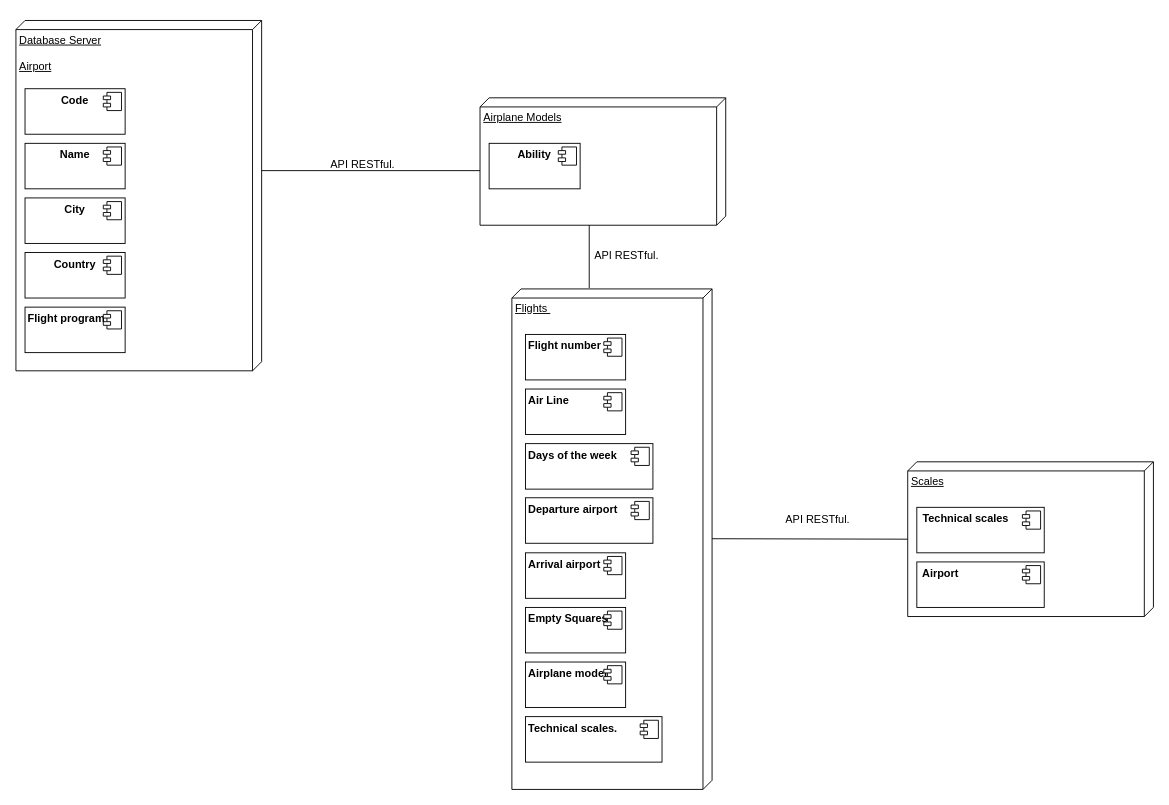
Above: page "Página-7" (7 of 7) of UML.drawio in BROC95/JJB_sw (draw.io), before the change. Source tidied: cells renumbered, new cells numbered last; positions are measured from the earlier drawing's top-left corner, leaving out a move shared by most shapes. Both pictures are drawn from the tidied source at 91%, with x=0, y=0 at pixel (15, 20).
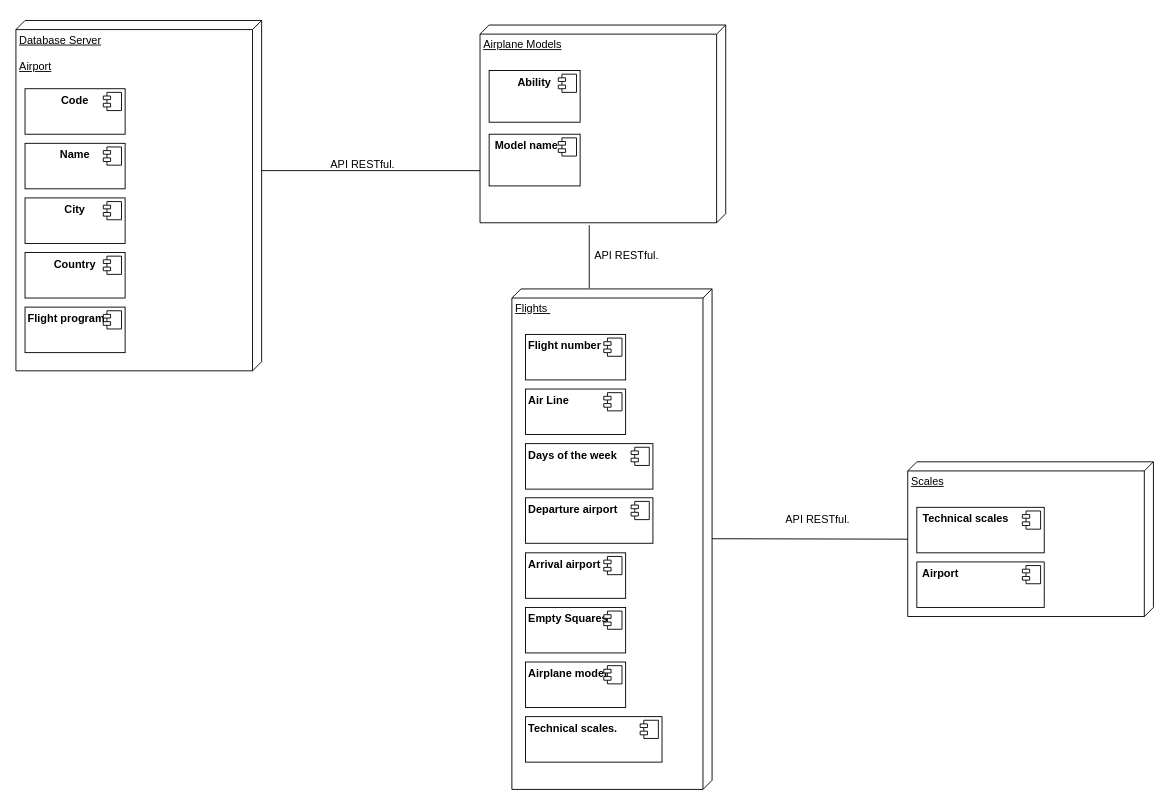
The same page after the edit.

The edit, as a diff of the source:
```diff
@@
     <mxCell id="14" style="group;" parent="1" vertex="1">
-      <mxGeometry x="510" y="25" width="270" height="220" as="geometry" />
+      <mxGeometry x="510" y="-5" width="270" height="250" as="geometry" />
     </mxCell>
     <mxCell id="15" value="&lt;div&gt;&lt;span style=&quot;background-color: initial;&quot;&gt;Airplane Models&lt;/span&gt;&lt;br&gt;&lt;/div&gt;" style="verticalAlign=top;align=left;spacingTop=8;spacingLeft=2;spacingRight=12;shape=cube;size=10;direction=south;fontStyle=4;html=1;whiteSpace=wrap;" parent="14" vertex="1">
-      <mxGeometry y="60" width="270" height="140" as="geometry" />
+      <mxGeometry y="10" width="270" height="217.3" as="geometry" />
     </mxCell>
     <mxCell id="16" value="&lt;p style=&quot;margin:0px;margin-top:6px;text-align:center;&quot;&gt;&lt;b&gt;Ability&lt;/b&gt;&lt;/p&gt;" style="align=left;overflow=fill;html=1;whiteSpace=wrap;" parent="14" vertex="1">
-      <mxGeometry x="10" y="110" width="100" height="50" as="geometry" />
+      <mxGeometry x="10" y="60" width="100" height="56.8" as="geometry" />
     </mxCell>
@@
+    <mxCell id="46" value="&lt;p style=&quot;margin: 6px 0px 0px;&quot;&gt;&lt;b&gt;&amp;nbsp; Model name&lt;/b&gt;&lt;br&gt;&lt;/p&gt;" style="align=left;overflow=fill;html=1;whiteSpace=wrap;" parent="14" vertex="1">
+      <mxGeometry x="10" y="130" width="100" height="56.8" as="geometry" />
+    </mxCell>
+    <mxCell id="47" style="shape=component;jettyWidth=8;jettyHeight=4;" parent="46" vertex="1">
+      <mxGeometry x="1" width="20" height="20" relative="1" as="geometry">
+        <mxPoint x="-24" y="4" as="offset" />
+      </mxGeometry>
+    </mxCell>
```
